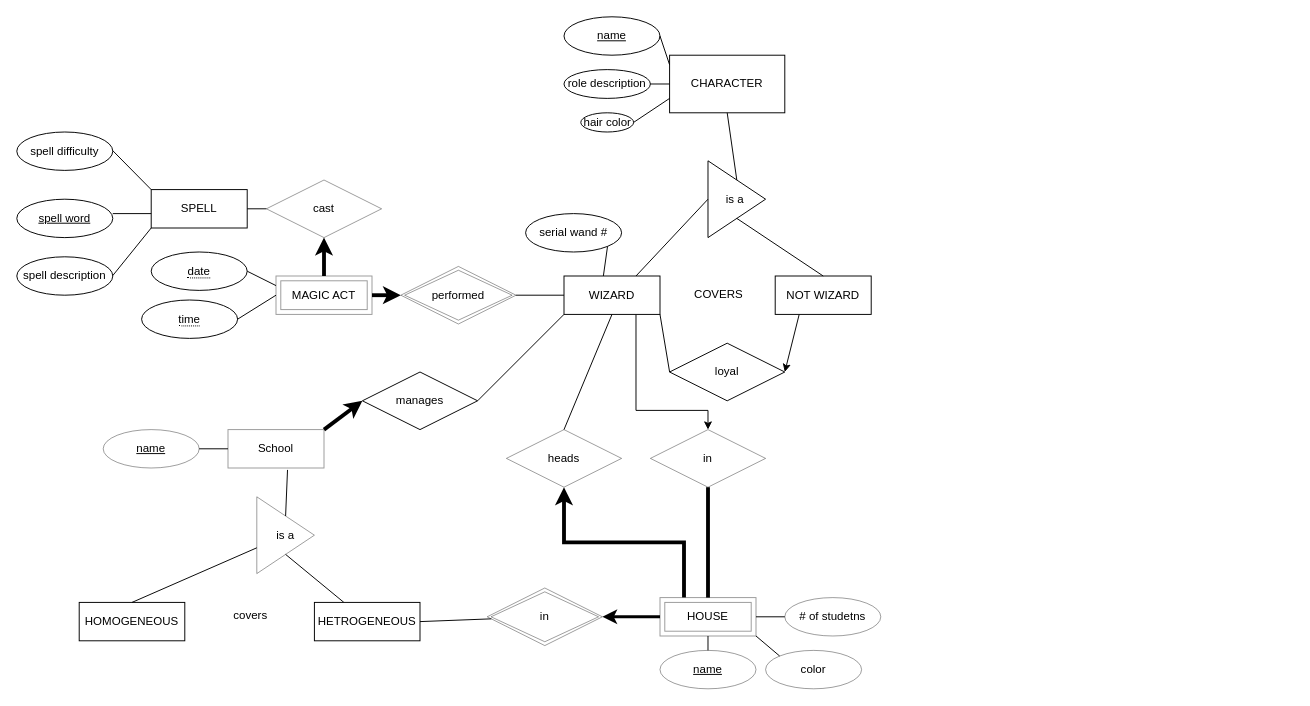
The draw.io diagram Untitled Diagram.drawio in dparnas/databaseproject2020, before the edit. Source tidied: cells renumbered, new cells numbered last; positions are measured from the earlier drawing's top-left corner, leaving out a move shared by most shapes. Both pictures are drawn from the tidied source at 96%, with x=0, y=0 at pixel (16, 16).
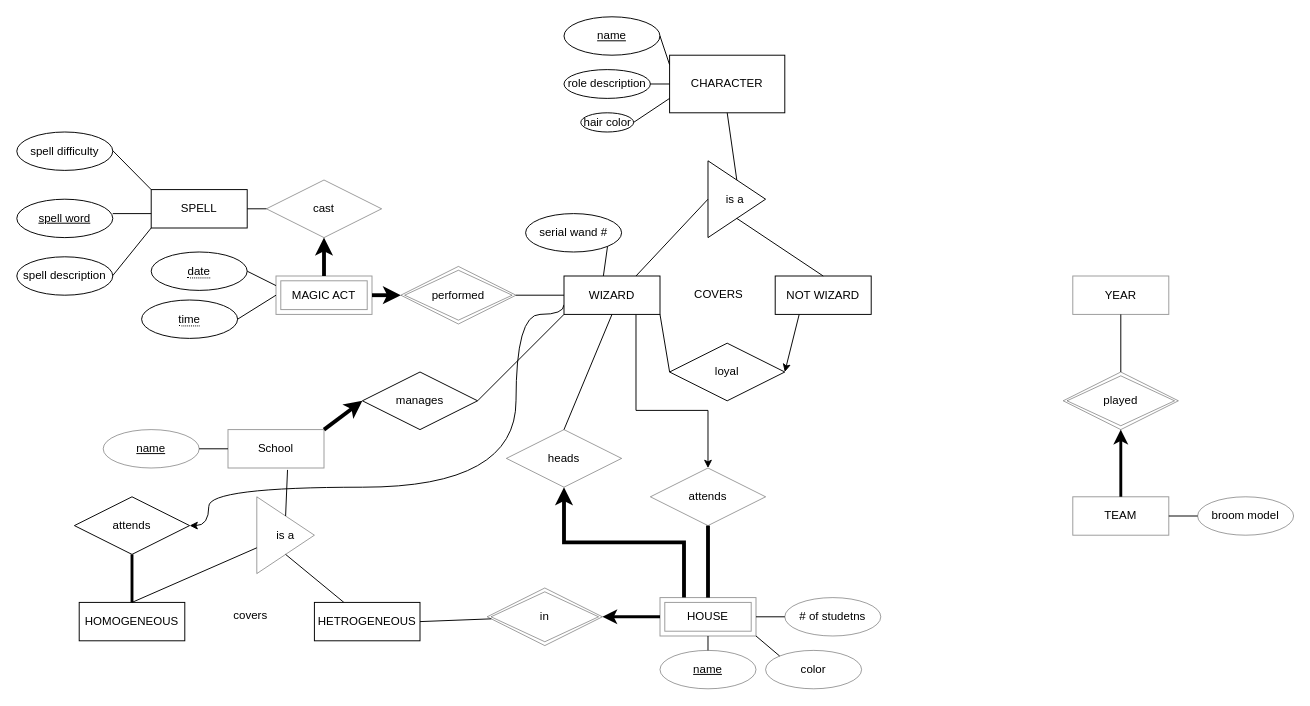
After the change.

Unchanged cells that the change refers to:
```xml
<mxCell id="9" value="WIZARD" style="whiteSpace=wrap;html=1;align=center;" parent="1" vertex="1">
  <mxGeometry x="570" y="270" width="100" height="40" as="geometry" />
</mxCell>
<mxCell id="52" value="HOMOGENEOUS" style="whiteSpace=wrap;html=1;align=center;" parent="1" vertex="1">
  <mxGeometry x="65" y="610" width="110" height="40" as="geometry" />
</mxCell>
```

The edit, as a diff of the source:
```diff
@@
+    <mxCell id="70" style="edgeStyle=orthogonalEdgeStyle;curved=1;rounded=0;sketch=0;jettySize=auto;html=1;exitX=0;exitY=0.75;exitDx=0;exitDy=0;strokeColor=#000000;strokeWidth=1;" parent="1" edge="1" source="9" target="71">
+      <mxGeometry relative="1" as="geometry">
+        <Array as="points">
+          <mxPoint x="570" y="310" />
+          <mxPoint x="520" y="310" />
+          <mxPoint x="520" y="490" />
+          <mxPoint x="200" y="490" />
+          <mxPoint x="200" y="530" />
+        </Array>
+      </mxGeometry>
+    </mxCell>
@@
-    <mxCell id="63" value="in" style="shape=rhombus;perimeter=rhombusPerimeter;whiteSpace=wrap;html=1;align=center;rounded=0;sketch=0;gradientColor=none;opacity=40;" parent="1" vertex="1">
-      <mxGeometry x="660" y="430" width="120" height="60" as="geometry" />
+    <mxCell id="63" value="attends" style="shape=rhombus;perimeter=rhombusPerimeter;whiteSpace=wrap;html=1;align=center;rounded=0;sketch=0;gradientColor=none;opacity=40;" parent="1" vertex="1">
+      <mxGeometry x="660" y="470" width="120" height="60" as="geometry" />
     </mxCell>
@@
+    <mxCell id="71" value="attends" style="shape=rhombus;perimeter=rhombusPerimeter;whiteSpace=wrap;html=1;align=center;" parent="1" vertex="1">
+      <mxGeometry x="60" y="500" width="120" height="60" as="geometry" />
+    </mxCell>
+    <mxCell id="72" style="endArrow=none;html=1;rounded=0;strokeColor=#000000;strokeWidth=3;entryX=0.5;entryY=1;entryDx=0;entryDy=0;exitX=0.5;exitY=0;exitDx=0;exitDy=0;" parent="1" edge="1" source="52" target="71">
+      <mxGeometry relative="1" as="geometry" />
+    </mxCell>
+    <mxCell id="73" value="YEAR" style="whiteSpace=wrap;html=1;align=center;rounded=0;sketch=0;gradientColor=none;opacity=40;" parent="1" vertex="1">
+      <mxGeometry x="1100" y="270" width="100" height="40" as="geometry" />
+    </mxCell>
+    <mxCell id="74" value="broom model" style="ellipse;whiteSpace=wrap;html=1;align=center;rounded=0;sketch=0;gradientColor=none;opacity=40;" parent="1" vertex="1">
+      <mxGeometry x="1230" y="500" width="100" height="40" as="geometry" />
+    </mxCell>
+    <mxCell id="75" value="played" style="shape=rhombus;double=1;perimeter=rhombusPerimeter;whiteSpace=wrap;html=1;align=center;rounded=0;sketch=0;gradientColor=none;opacity=40;" parent="1" vertex="1">
+      <mxGeometry x="1090" y="370" width="120" height="60" as="geometry" />
+    </mxCell>
+    <mxCell id="76" style="edgeStyle=orthogonalEdgeStyle;curved=1;rounded=0;sketch=0;jettySize=auto;html=1;exitX=0.5;exitY=0;exitDx=0;exitDy=0;entryX=0.5;entryY=1;entryDx=0;entryDy=0;strokeColor=#000000;strokeWidth=3;" parent="1" edge="1" source="77" target="75">
+      <mxGeometry relative="1" as="geometry" />
+    </mxCell>
+    <mxCell id="77" value="TEAM" style="whiteSpace=wrap;html=1;align=center;rounded=0;sketch=0;gradientColor=none;opacity=40;" parent="1" vertex="1">
+      <mxGeometry x="1100" y="500" width="100" height="40" as="geometry" />
+    </mxCell>
+    <mxCell id="78" style="endArrow=none;html=1;rounded=0;strokeColor=#000000;strokeWidth=1;exitX=0.5;exitY=0;exitDx=0;exitDy=0;entryX=0.5;entryY=1;entryDx=0;entryDy=0;" parent="1" edge="1" source="75" target="73">
+      <mxGeometry relative="1" as="geometry" />
+    </mxCell>
+    <mxCell id="79" style="endArrow=none;html=1;rounded=0;strokeColor=#000000;strokeWidth=1;entryX=0;entryY=0.5;entryDx=0;entryDy=0;exitX=1;exitY=0.5;exitDx=0;exitDy=0;" parent="1" edge="1" source="77" target="74">
+      <mxGeometry relative="1" as="geometry" />
+    </mxCell>
```
